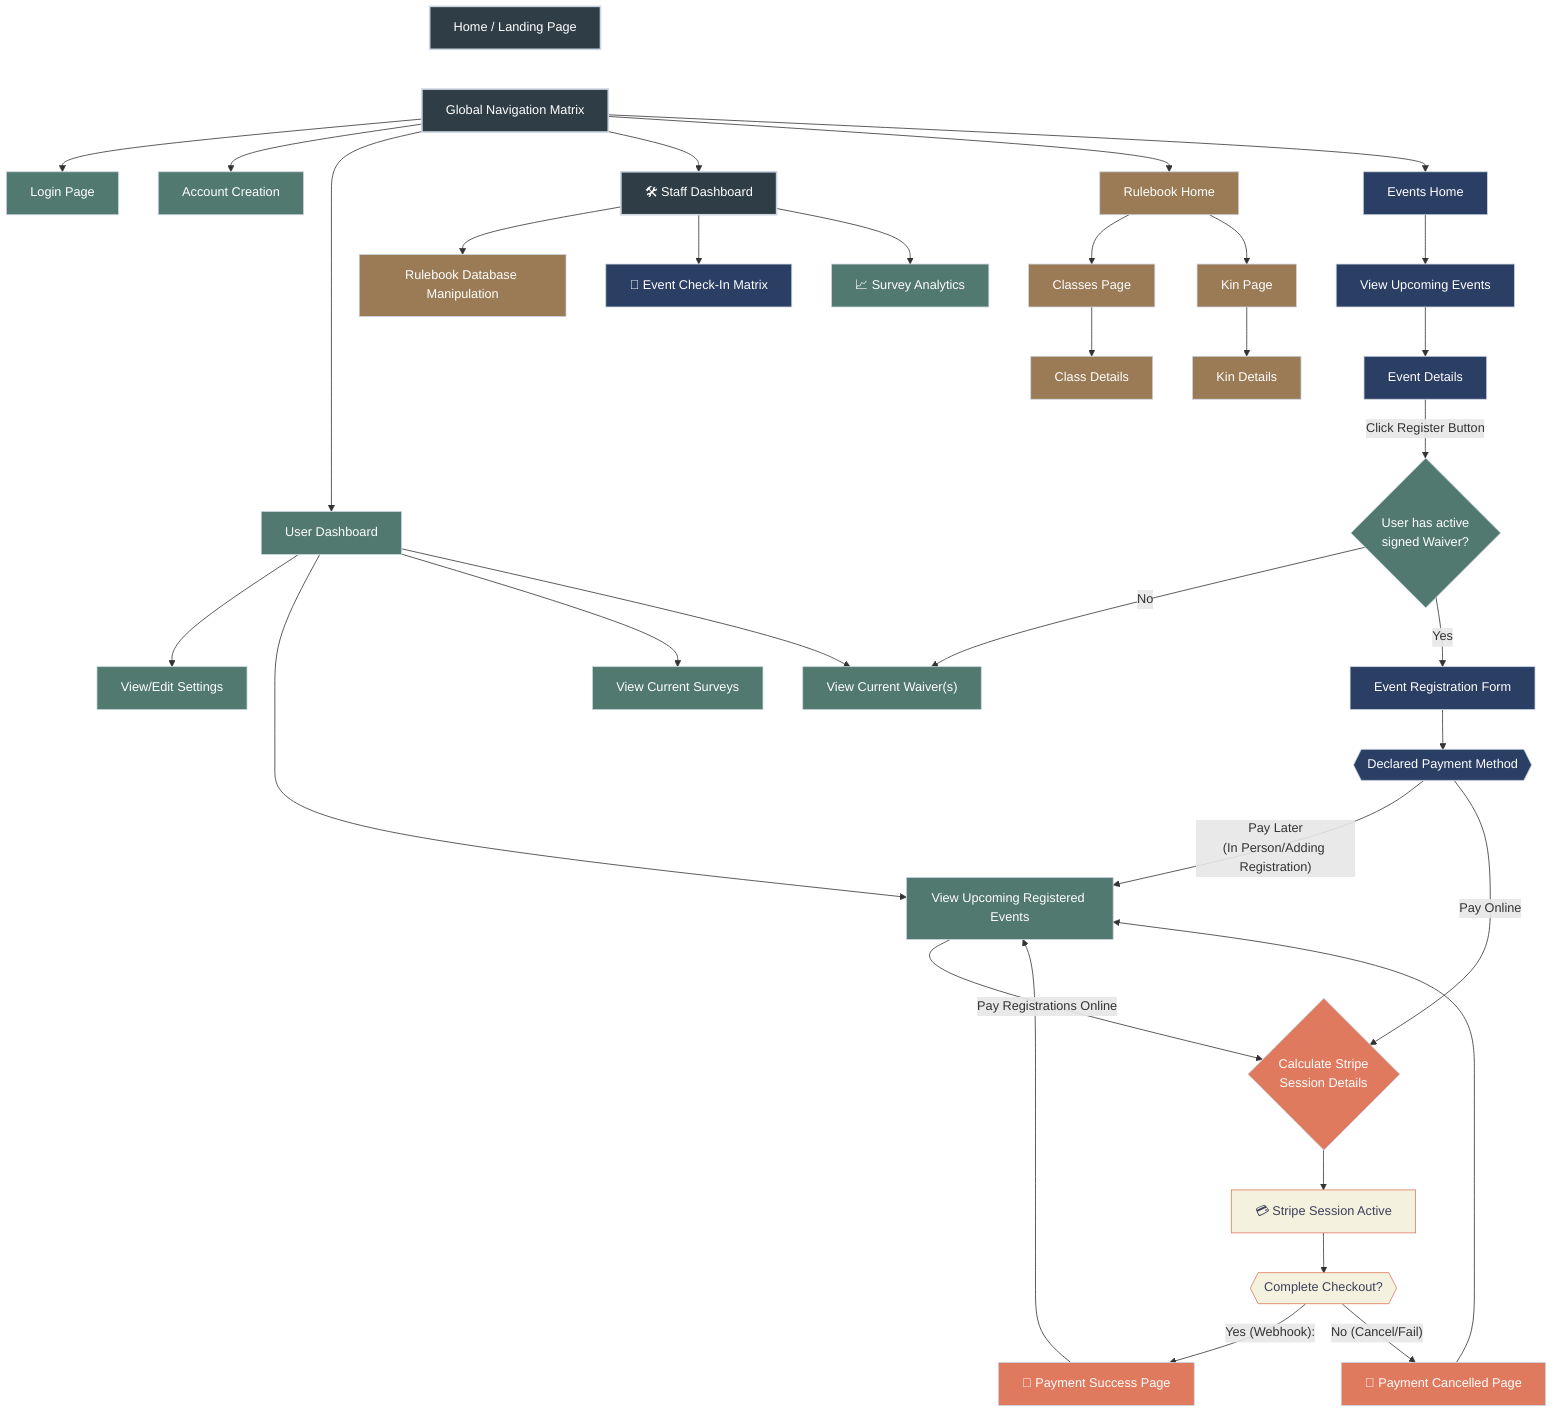
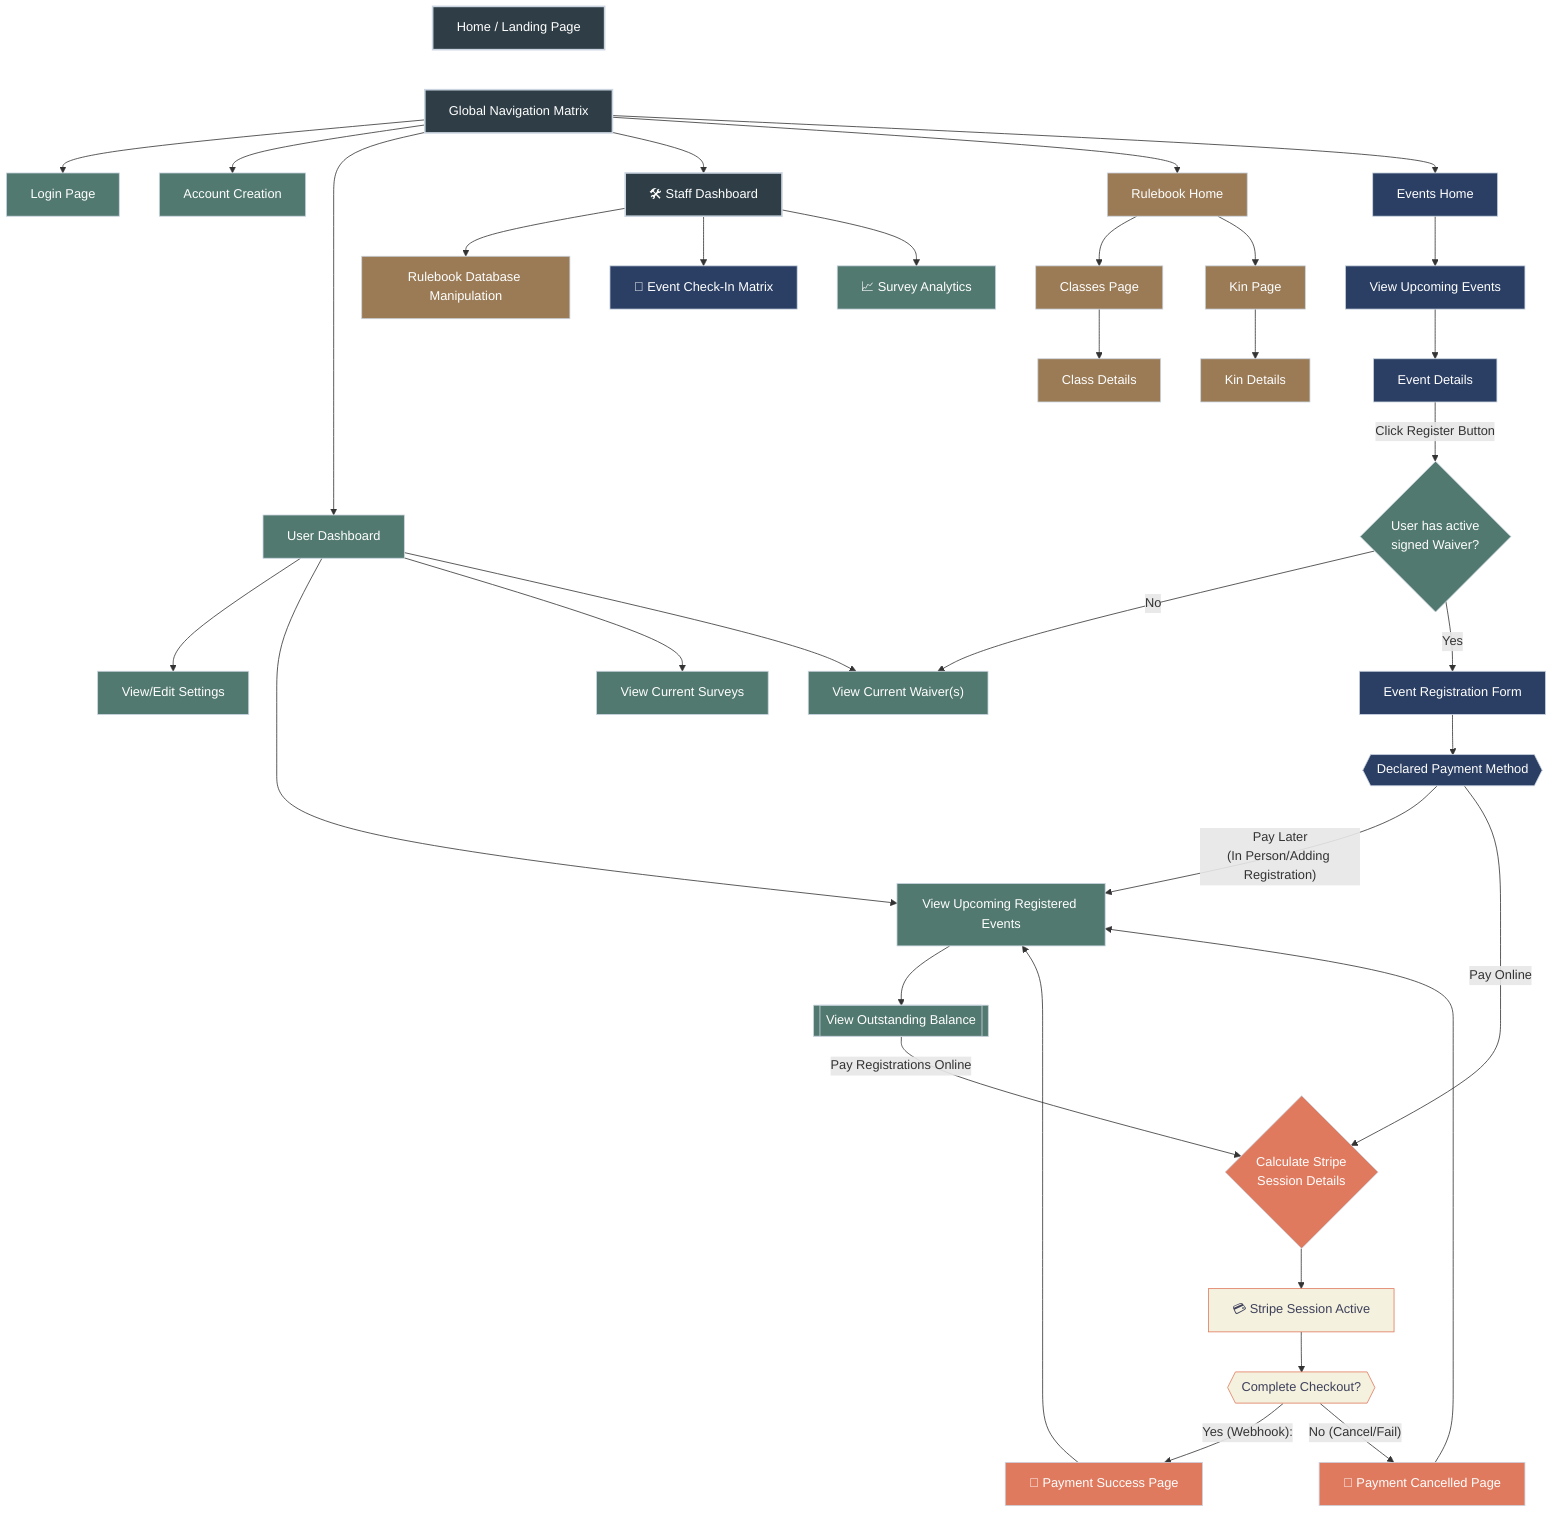
graph TD
    %% ==========================================
    %% APP-BASED COLOR DEFINITIONS
    %% ==========================================
    classDef core fill:#2f3e46,stroke:#cbd5e1,stroke-width:2px,color:#fff;
    classDef accounts fill:#52796f,stroke:#cbd5e1,stroke-width:1px,color:#fff;
    classDef rulebook fill:#9A7B56,stroke:#cbd5e1,stroke-width:1px,color:#fff;
    classDef events fill:#2B3F64,stroke:#cbd5e1,stroke-width:1px,color:#fff;
    classDef payments fill:#e07a5f,stroke:#cbd5e1,stroke-width:1px,color:#fff;
    classDef stripe fill:#f4f1de,stroke:#e07a5f,stroke-width:1px,color:#3d405b;

    %% ==========================================
    %% CORE/NAV SYSTEM
    %% ==========================================
    Index["Home / Landing Page"]:::core
    Navbar["Global Navigation Matrix"]:::core
    Index ~~~ Navbar

    Navbar --> Login["Login Page"]:::accounts
    Navbar --> AccountCreation["Account Creation"]:::accounts

    %% ==========================================
    %% ACCOUNTS APP DOMAIN
    %% ==========================================
    Navbar --> Dashboard["User Dashboard"]:::accounts
    Dashboard --> Settings["View/Edit Settings"]:::accounts
    Dashboard --> UpcomingEvents["View Upcoming Registered Events"]:::accounts
    Dashboard --> SurveyOverview["View Current Surveys"]:::accounts
    Dashboard --> Waivers["View Current Waiver(s)"]:::accounts

    %% ==========================================
    %% STAFF / ADMINISTRATIVE APP DOMAIN
    %% ==========================================
    Navbar --> AdminDash["🛠️ Staff Dashboard"]:::core
    AdminDash --> RulebookReg["Rulebook Database Manipulation"]:::rulebook
    AdminDash --> CheckedIn["🚪 Event Check-In Matrix"]:::events
    AdminDash --> SurveyAnalytics["📈 Survey Analytics"]:::accounts

    %% ==========================================
    %% RULEBOOK APP DOMAIN
    %% ==========================================
    Navbar --> RulebookIndex["Rulebook Home"]:::rulebook
    RulebookIndex --> ClassesList["Classes Page"]:::rulebook
    ClassesList --> ClassDetail["Class Details"]:::rulebook
    RulebookIndex --> KinList["Kin Page"]:::rulebook
    KinList --> KinDetail["Kin Details"]:::rulebook

    %% ==========================================
    %% EVENTS APP DOMAIN
    %% ==========================================
    Navbar --> EventsIndex["Events Home"]:::events
    EventsIndex --> EventsList["View Upcoming Events"]:::events
    EventsList --> EventDetail["Event Details"]:::events

    %% User Validation & Registration Flow
    EventDetail -- Click Register Button --> WaiverCheck{"User has active<br>signed Waiver?"}:::accounts
    WaiverCheck -- "No" --> Waivers
    WaiverCheck -- "Yes" --> EventRegistration["Event Registration Form"]:::events
    EventRegistration --> PaymentMethod{{"Declared Payment Method"}}:::events

    %% ==========================================
    %% PAYMENTS APP DOMAIN (STRIPE PIPELINE)
    %% ==========================================
    PaymentStart{"Calculate Stripe<br>Session Details"}:::payments

    %% Handle Registrations
    PaymentMethod -- "Pay Later<br>(In Person/Adding Registration)" --> UpcomingEvents
    PaymentMethod -- "Pay Online" --> PaymentStart
-     UpcomingEvents -- "Pay Registrations Online" --> PaymentStart
+     UpcomingEvents --> OutstandingBalance[["View Outstanding Balance"]]:::accounts
+     OutstandingBalance -- "Pay Registrations Online" --> PaymentStart

    PaymentStart --> StripeSession["💳 Stripe Session Active"]:::stripe
    StripeSession --> CompleteCheckout{{"Complete Checkout?"}}:::stripe

    CompleteCheckout -- "Yes (Webhook):" --> PaymentSuccess["🎉 Payment Success Page"]:::payments
    CompleteCheckout -- "No (Cancel/Fail)" --> PaymentCancel["📝 Payment Cancelled Page"]:::payments

    PaymentSuccess --> UpcomingEvents
    PaymentCancel --> UpcomingEvents